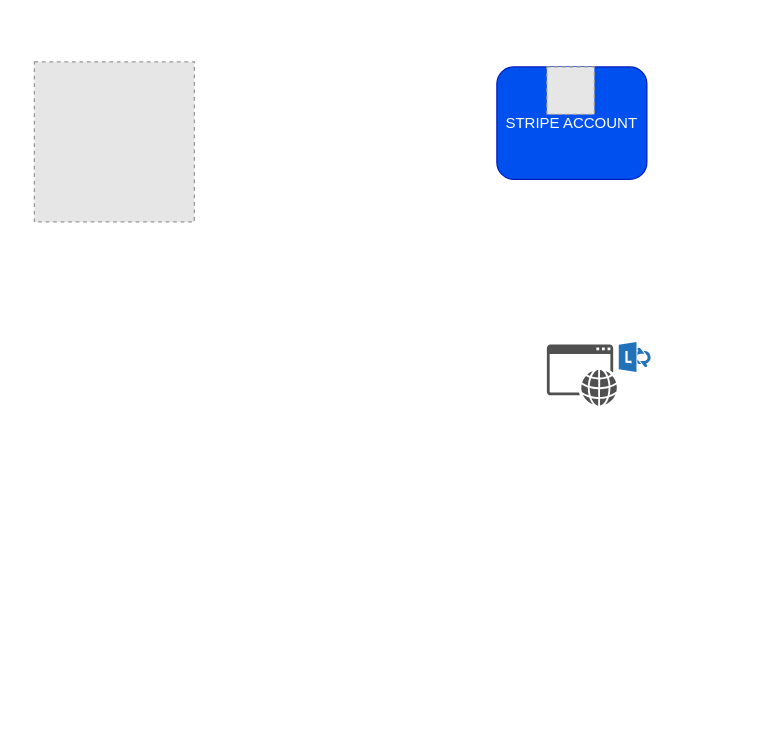
dabiko/draw-io keeps this draw.io diagram as Transaction flow.drawio. Above is the earlier version. Source tidied: cells renumbered, new cells numbered last; positions are measured from the earlier drawing's top-left corner, leaving out a move shared by most shapes. Both pictures are drawn from the tidied source at 125%, with x=0, y=0 at pixel (34, 61). Pictures stored in the file or linked from it are replaced by grey dashed boxes.
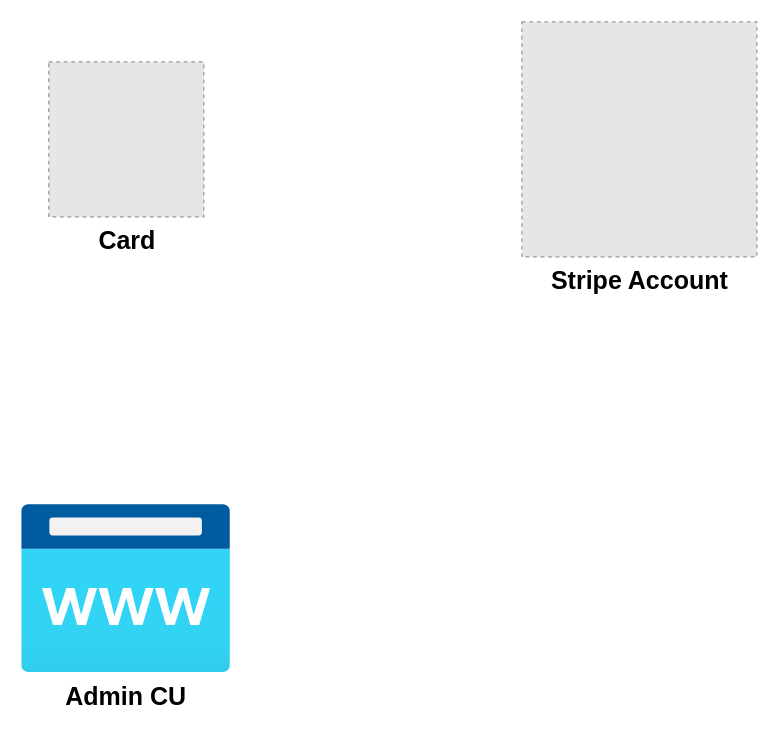
The same page after the edit.

Change to the diagram source:
```diff
@@
 <mxGraphModel>
   <root>
     <mxCell id="0" />
     <mxCell id="1" parent="0" />
-    <mxCell id="2" value="STRIPE ACCOUNT" style="rounded=1;whiteSpace=wrap;html=1;fillColor=#0050ef;fontColor=#ffffff;strokeColor=#001DBC;" parent="1" vertex="1">
-      <mxGeometry x="370" y="4" width="120" height="90" as="geometry" />
-    </mxCell>
-    <mxCell id="3" style="fillColor=#E6E6E6;strokeColor=#999999;dashed=1;html=1;verticalAlign=top;verticalLabelPosition=bottom;labelBackgroundColor=#ffffff;" parent="1" vertex="1">
-      <mxGeometry width="128" height="128" as="geometry" />
+    <mxCell id="3" value="&lt;font style=&quot;font-size: 20px;&quot;&gt;&lt;b&gt;Card&lt;/b&gt;&lt;/font&gt;" style="fillColor=#E6E6E6;strokeColor=#999999;dashed=1;html=1;verticalAlign=top;verticalLabelPosition=bottom;labelBackgroundColor=#ffffff;" parent="1" vertex="1">
+      <mxGeometry x="11.5" width="124" height="124" as="geometry" />
     </mxCell>
-    <mxCell id="4" style="fillColor=#E6E6E6;strokeColor=#999999;dashed=1;html=1;verticalAlign=top;verticalLabelPosition=bottom;labelBackgroundColor=#ffffff;" parent="1" vertex="1">
-      <mxGeometry x="410" y="4" width="38" height="38" as="geometry" />
+    <mxCell id="4" value="&lt;b&gt;&lt;font style=&quot;font-size: 20px;&quot;&gt;Stripe Account&lt;/font&gt;&lt;/b&gt;" style="fillColor=#E6E6E6;strokeColor=#999999;dashed=1;html=1;verticalAlign=top;verticalLabelPosition=bottom;labelBackgroundColor=#ffffff;" parent="1" vertex="1">
+      <mxGeometry x="390" y="-32" width="188" height="188" as="geometry" />
     </mxCell>
-    <mxCell id="5" style="sketch=0;shadow=0;dashed=0;html=1;strokeColor=none;fillColor=#505050;labelPosition=center;verticalLabelPosition=bottom;verticalAlign=top;align=center;shape=mxgraph.office.services.lync_web_app_client;" parent="1" vertex="1">
-      <mxGeometry x="410" y="224" width="83" height="51" as="geometry" />
-    </mxCell>
+    <mxCell id="6" value="&lt;font style=&quot;font-size: 20px;&quot;&gt;&lt;b&gt;Admin CU&lt;/b&gt;&lt;/font&gt;" style="image;html=1;align=center;fontSize=12;image=img/lib/azure2/app_services/App_Service_Domains.svg;" parent="1" vertex="1">
+      <mxGeometry x="-10" y="354" width="166.9" height="135" as="geometry" />
+    </mxCell>
   </root>
 </mxGraphModel>
```
